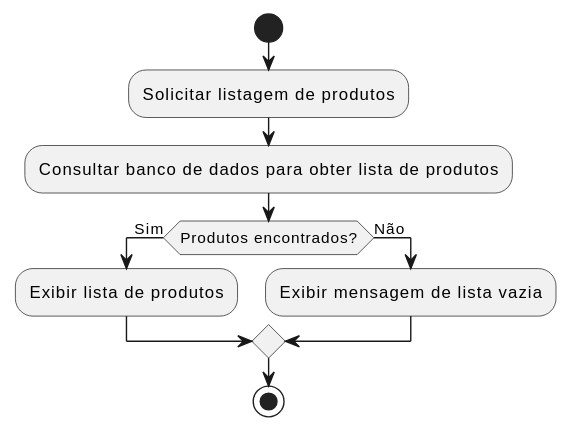
The PlantUML diagram specs/diagramas_atv/svg/uml_produto_atv04.svg in Phenrique-sousa/APS-documents, before a commit.
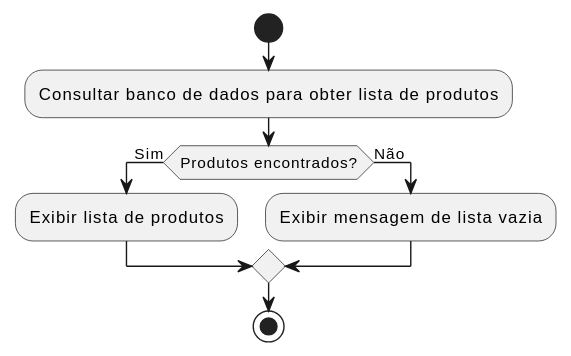
After the commit.

Change to the diagram source:
```diff
@@ -1,7 +1,6 @@
 @startuml
 start
 
-:Solicitar listagem de produtos;
 :Consultar banco de dados para obter lista de produtos;
 if (Produtos encontrados?) then (Sim)
   :Exibir lista de produtos;
```
